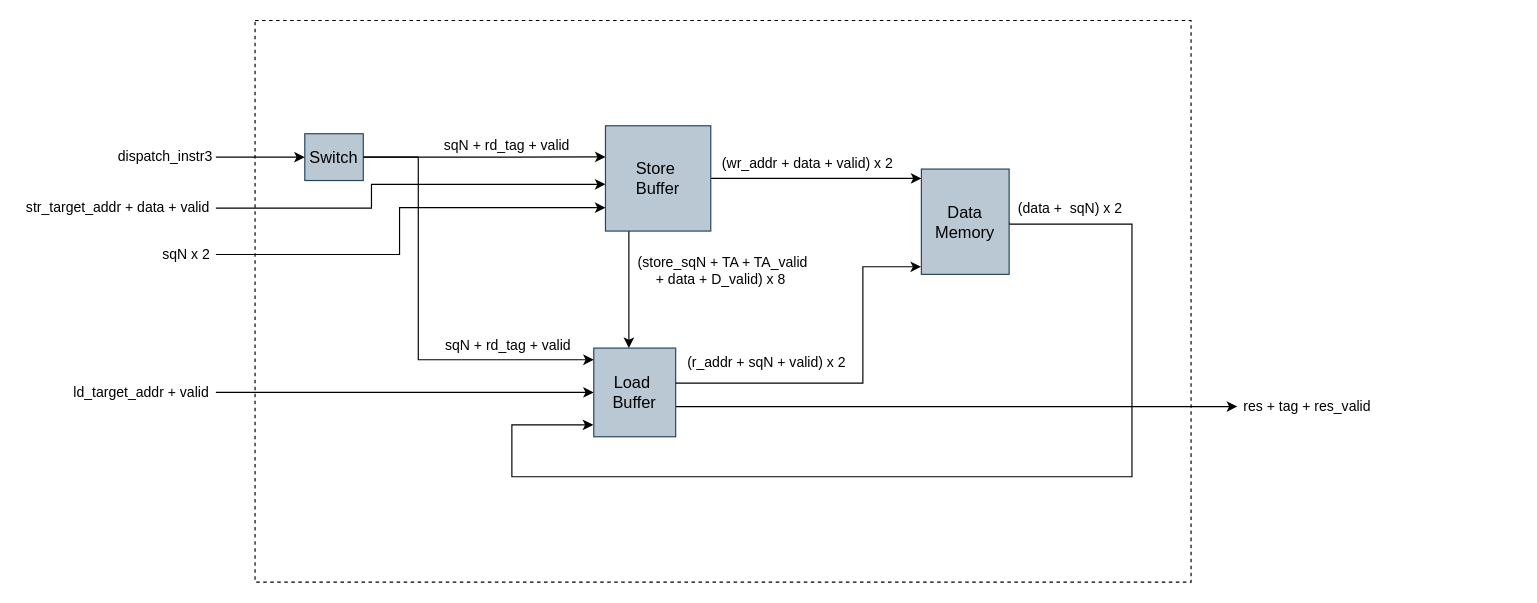
Earlier version of the draw.io diagram page "LSU" (4 of 6) of docs/OoO_SS.drawio (Muhammad-Furrukh/FYP). Source tidied: cells renumbered, new cells numbered last; positions are measured from the earlier drawing's top-left corner, leaving out a move shared by most shapes. Both pictures are drawn from the tidied source at 117%, with x=0, y=0 at pixel (20, 20).
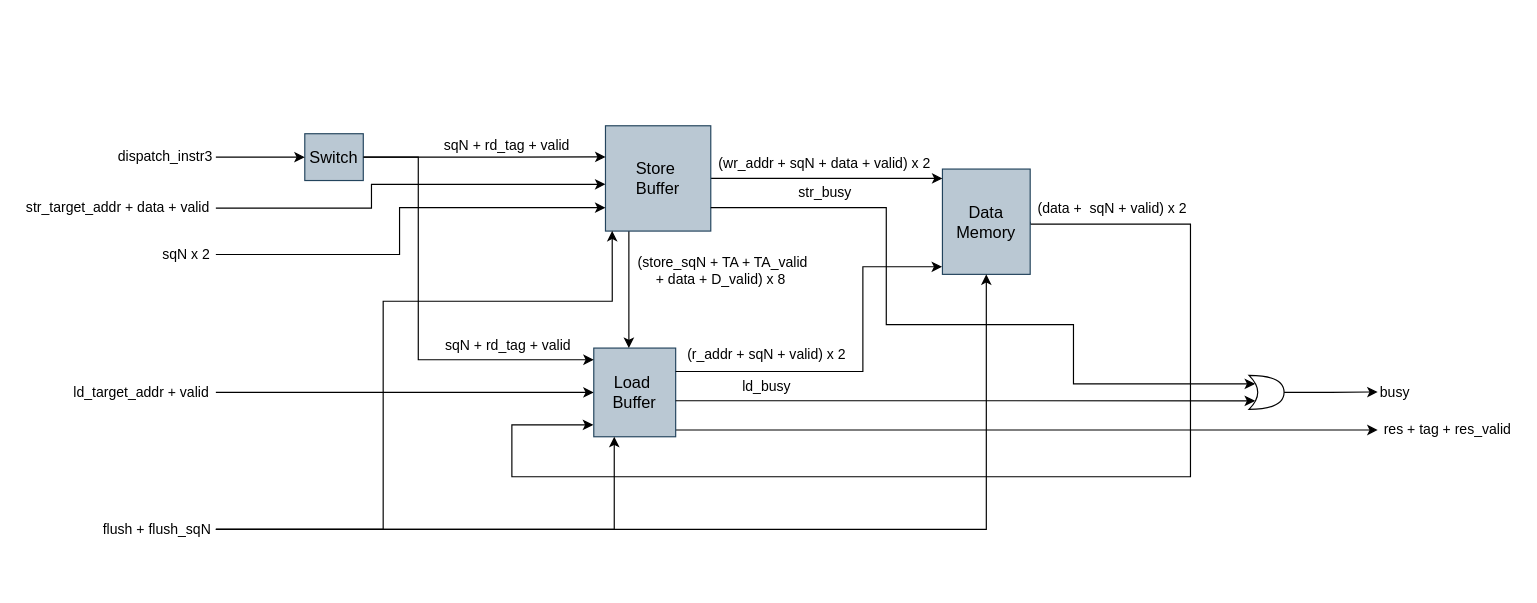
The same page after the edit.

Commit message (it also covers changes not shown here):
Flush, busy signals included for LSU.

Unchanged cells that the change refers to:
```xml
<mxCell id="8" value="&lt;span style=&quot;font-size: 14px;&quot;&gt;Load&amp;nbsp; Buffer&lt;/span&gt;" style="rounded=0;whiteSpace=wrap;html=1;fillColor=#bac8d3;strokeColor=#23445d;" parent="1" vertex="1">
  <mxGeometry x="490" y="280" width="70" height="75.8" as="geometry" />
</mxCell>
<mxCell id="13" value="&lt;span style=&quot;font-size: 14px;&quot;&gt;Store&amp;nbsp;&lt;/span&gt;&lt;div&gt;&lt;span style=&quot;font-size: 14px;&quot;&gt;Buffer&lt;/span&gt;&lt;/div&gt;" style="rounded=0;whiteSpace=wrap;html=1;fillColor=#bac8d3;strokeColor=#23445d;" parent="1" vertex="1">
  <mxGeometry x="500" y="90" width="90" height="90" as="geometry" />
</mxCell>
```

Change to the diagram source:
```diff
@@
     <mxCell id="4" style="edgeStyle=orthogonalEdgeStyle;rounded=0;jettySize=auto;html=1;entryX=-0.006;entryY=0.866;entryDx=0;entryDy=0;exitX=1;exitY=0.5;exitDx=0;exitDy=0;entryPerimeter=0;" parent="1" edge="1" source="5" target="8">
       <mxGeometry relative="1" as="geometry">
         <Array as="points">
-          <mxPoint x="845" y="174" />
-          <mxPoint x="950" y="174" />
-          <mxPoint x="950" y="390" />
+          <mxPoint x="863" y="174" />
+          <mxPoint x="1000" y="174" />
+          <mxPoint x="1000" y="390" />
           <mxPoint x="420" y="390" />
           <mxPoint x="420" y="346" />
         </Array>
       </mxGeometry>
     </mxCell>
     <mxCell id="5" value="&lt;font style=&quot;font-size: 14px; color: rgb(0, 0, 0);&quot;&gt;Data Memory&lt;/font&gt;" style="rounded=0;whiteSpace=wrap;html=1;fillColor=#bac8d3;strokeColor=#23445d;" parent="1" vertex="1">
-      <mxGeometry x="770" y="127" width="75" height="90" as="geometry" />
+      <mxGeometry x="788" y="127" width="75" height="90" as="geometry" />
     </mxCell>
     <mxCell id="6" value="(r_addr + sqN + valid) x 2" style="text;html=1;align=center;verticalAlign=middle;whiteSpace=wrap;rounded=0;" parent="1" vertex="1">
-      <mxGeometry x="566" y="282.1" width="144" height="21.3" as="geometry" />
+      <mxGeometry x="566" y="275.1" width="144" height="21.3" as="geometry" />
     </mxCell>
     <mxCell id="7" style="edgeStyle=orthogonalEdgeStyle;rounded=0;jettySize=auto;html=1;entryX=0;entryY=0.5;entryDx=0;entryDy=0;" parent="1" edge="1" source="8" target="27">
       <mxGeometry relative="1" as="geometry">
         <Array as="points">
-          <mxPoint x="680" y="330" />
-          <mxPoint x="680" y="330" />
+          <mxPoint x="880" y="350" />
+          <mxPoint x="880" y="350" />
         </Array>
       </mxGeometry>
     </mxCell>
@@
-    <mxCell id="22" value="(wr_addr + data + valid) x 2" style="text;html=1;align=center;verticalAlign=middle;whiteSpace=wrap;rounded=0;" parent="1" vertex="1">
-      <mxGeometry x="596" y="113" width="154" height="20.2" as="geometry" />
+    <mxCell id="22" value="(wr_addr + sqN + data + valid) x 2" style="text;html=1;align=center;verticalAlign=middle;whiteSpace=wrap;rounded=0;" parent="1" vertex="1">
+      <mxGeometry x="595" y="113" width="185" height="20.2" as="geometry" />
     </mxCell>
     <mxCell id="23" style="edgeStyle=orthogonalEdgeStyle;rounded=0;jettySize=auto;html=1;entryX=-0.004;entryY=0.928;entryDx=0;entryDy=0;entryPerimeter=0;" parent="1" edge="1" source="8" target="5">
       <mxGeometry relative="1" as="geometry">
         <Array as="points">
-          <mxPoint x="720" y="310" />
+          <mxPoint x="720" y="300" />
           <mxPoint x="720" y="211" />
         </Array>
       </mxGeometry>
     </mxCell>
-    <mxCell id="24" value="(data +&amp;nbsp; sqN) x 2" style="text;html=1;align=center;verticalAlign=middle;whiteSpace=wrap;rounded=0;" parent="1" vertex="1">
-      <mxGeometry x="850" y="151.9" width="95" height="17.9" as="geometry" />
+    <mxCell id="24" value="(data +&amp;nbsp; sqN + valid) x 2" style="text;html=1;align=center;verticalAlign=middle;whiteSpace=wrap;rounded=0;" parent="1" vertex="1">
+      <mxGeometry x="867" y="151.9" width="133" height="17.9" as="geometry" />
     </mxCell>
@@
     <mxCell id="27" value="res + tag + res_valid" style="text;html=1;align=center;verticalAlign=middle;whiteSpace=wrap;rounded=0;" parent="1" vertex="1">
-      <mxGeometry x="1040" y="320" width="120" height="20" as="geometry" />
+      <mxGeometry x="1160" y="340" width="120" height="20" as="geometry" />
     </mxCell>
-    <mxCell id="28" style="rounded=0;whiteSpace=wrap;html=1;fillColor=none;dashed=1;" parent="1" vertex="1">
-      <mxGeometry x="200.5" width="800" height="480" as="geometry" />
-    </mxCell>
+    <mxCell id="29" style="edgeStyle=orthogonalEdgeStyle;rounded=0;jettySize=auto;html=1;entryX=0.25;entryY=1;entryDx=0;entryDy=0;" parent="1" edge="1" source="31" target="8">
+      <mxGeometry relative="1" as="geometry" />
+    </mxCell>
+    <mxCell id="30" style="edgeStyle=orthogonalEdgeStyle;rounded=0;jettySize=auto;html=1;entryX=0.5;entryY=1;entryDx=0;entryDy=0;" parent="1" edge="1" source="31" target="5">
+      <mxGeometry relative="1" as="geometry" />
+    </mxCell>
+    <mxCell id="31" value="flush + flush_sqN" style="text;html=1;align=center;verticalAlign=middle;whiteSpace=wrap;rounded=0;" parent="1" vertex="1">
+      <mxGeometry x="67" y="420" width="100" height="30" as="geometry" />
+    </mxCell>
+    <mxCell id="32" style="edgeStyle=orthogonalEdgeStyle;rounded=0;jettySize=auto;html=1;entryX=0.064;entryY=0.998;entryDx=0;entryDy=0;entryPerimeter=0;" parent="1" edge="1" source="31" target="13">
+      <mxGeometry relative="1" as="geometry">
+        <Array as="points">
+          <mxPoint x="310" y="435" />
+          <mxPoint x="310" y="240" />
+          <mxPoint x="506" y="240" />
+        </Array>
+      </mxGeometry>
+    </mxCell>
+    <mxCell id="33" style="edgeStyle=orthogonalEdgeStyle;rounded=0;jettySize=auto;html=1;entryX=0;entryY=0.5;entryDx=0;entryDy=0;" parent="1" edge="1" source="34" target="37">
+      <mxGeometry relative="1" as="geometry" />
+    </mxCell>
+    <mxCell id="34" style="shape=xor;whiteSpace=wrap;html=1;" parent="1" vertex="1">
+      <mxGeometry x="1050" y="303.3" width="30" height="29.1" as="geometry" />
+    </mxCell>
+    <mxCell id="35" style="edgeStyle=orthogonalEdgeStyle;rounded=0;jettySize=auto;html=1;entryX=0.175;entryY=0.75;entryDx=0;entryDy=0;entryPerimeter=0;" parent="1" edge="1" source="8" target="34">
+      <mxGeometry relative="1" as="geometry">
+        <Array as="points">
+          <mxPoint x="690" y="325" />
+          <mxPoint x="690" y="325" />
+        </Array>
+      </mxGeometry>
+    </mxCell>
+    <mxCell id="36" style="edgeStyle=orthogonalEdgeStyle;rounded=0;jettySize=auto;html=1;entryX=0.175;entryY=0.25;entryDx=0;entryDy=0;entryPerimeter=0;" parent="1" edge="1" source="13" target="34">
+      <mxGeometry relative="1" as="geometry">
+        <Array as="points">
+          <mxPoint x="740" y="160" />
+          <mxPoint x="740" y="260" />
+          <mxPoint x="900" y="260" />
+          <mxPoint x="900" y="311" />
+        </Array>
+      </mxGeometry>
+    </mxCell>
+    <mxCell id="37" value="busy" style="text;html=1;align=center;verticalAlign=middle;whiteSpace=wrap;rounded=0;" parent="1" vertex="1">
+      <mxGeometry x="1160" y="302.5" width="30" height="30" as="geometry" />
+    </mxCell>
+    <mxCell id="38" value="str_busy" style="text;html=1;align=center;verticalAlign=middle;whiteSpace=wrap;rounded=0;" parent="1" vertex="1">
+      <mxGeometry x="662.5" y="136.8" width="50" height="20" as="geometry" />
+    </mxCell>
+    <mxCell id="39" value="ld_busy" style="text;html=1;align=center;verticalAlign=middle;whiteSpace=wrap;rounded=0;" parent="1" vertex="1">
+      <mxGeometry x="613" y="303.3" width="50" height="20" as="geometry" />
+    </mxCell>
```
